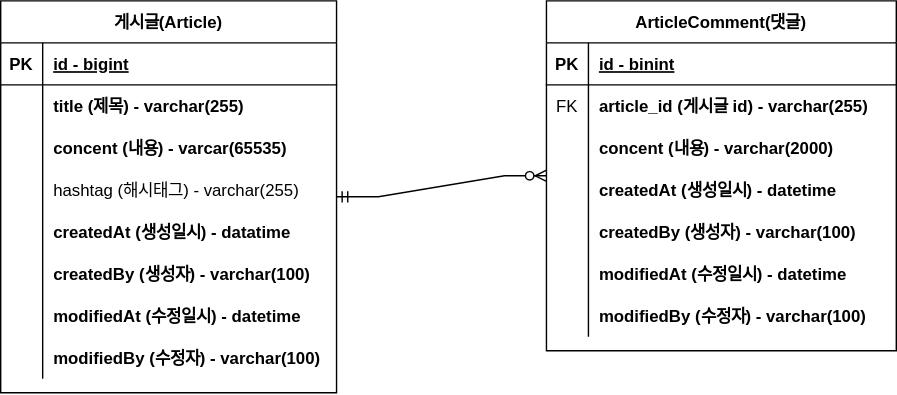
Before: docs/project-board-erd.svg, a diagram exported from draw.io (zmffjtmxjs/fastcampus-study-proeject-board). Source tidied: cells renumbered, new cells last; positions are measured from the earlier drawing's top-left corner, leaving out a move shared by most shapes.
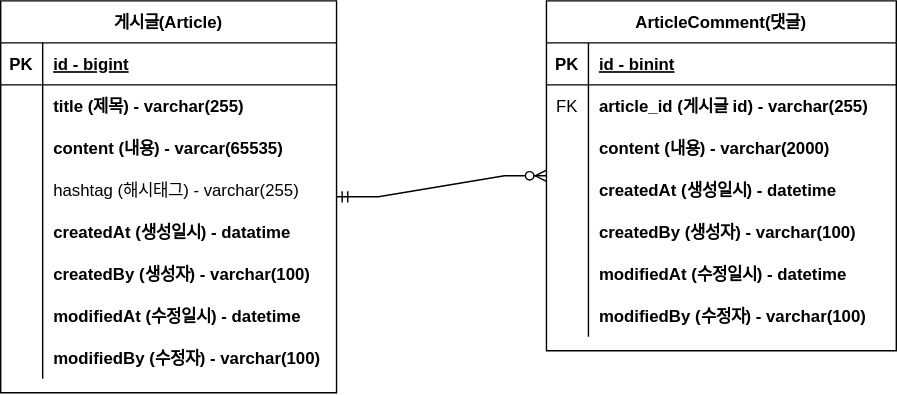
After the change.

Diff of the diagram source:
```diff
@@ -29,7 +29,7 @@
     <mxCell id="10" style="shape=partialRectangle;overflow=hidden;fillColor=none;top=0;left=0;bottom=0;right=0;" parent="9" vertex="1">
       <mxGeometry width="30" height="30" as="geometry" />
     </mxCell>
-    <mxCell id="11" value="concent (내용) - varcar(65535)" style="shape=partialRectangle;overflow=hidden;fillColor=none;top=0;left=0;bottom=0;right=0;align=left;spacingLeft=6;fontStyle=1;" parent="9" vertex="1">
+    <mxCell id="11" value="content (내용) - varcar(65535)" style="shape=partialRectangle;overflow=hidden;fillColor=none;top=0;left=0;bottom=0;right=0;align=left;spacingLeft=6;fontStyle=1;" parent="9" vertex="1">
       <mxGeometry x="30" width="210" height="30" as="geometry" />
     </mxCell>
     <mxCell id="12" style="shape=partialRectangle;fillColor=none;top=0;left=0;right=0;bottom=0;" parent="2" vertex="1">
@@ -104,7 +104,7 @@
     <mxCell id="35" style="shape=partialRectangle;overflow=hidden;fillColor=none;top=0;left=0;bottom=0;right=0;" parent="34" vertex="1">
       <mxGeometry width="30" height="30" as="geometry" />
     </mxCell>
-    <mxCell id="36" value="concent (내용) - varchar(2000)" style="shape=partialRectangle;overflow=hidden;fillColor=none;top=0;left=0;bottom=0;right=0;align=left;spacingLeft=6;fontStyle=1;" parent="34" vertex="1">
+    <mxCell id="36" value="content (내용) - varchar(2000)" style="shape=partialRectangle;overflow=hidden;fillColor=none;top=0;left=0;bottom=0;right=0;align=left;spacingLeft=6;fontStyle=1;" parent="34" vertex="1">
       <mxGeometry x="30" width="220" height="30" as="geometry" />
     </mxCell>
     <mxCell id="37" style="shape=partialRectangle;fillColor=none;top=0;left=0;right=0;bottom=0;" parent="27" vertex="1">
```
